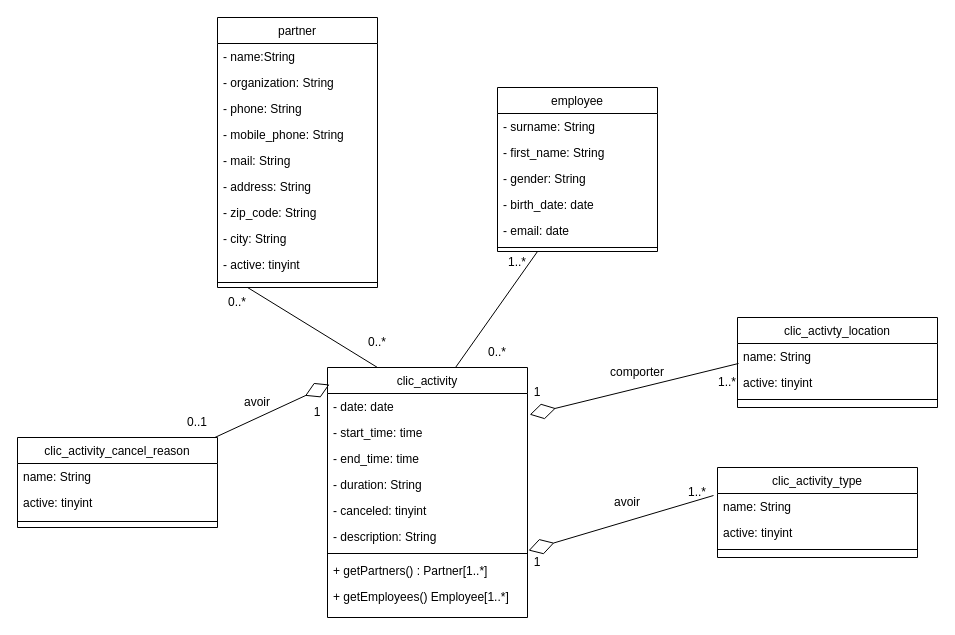
The draw.io diagram DiagrammeClasse ActivitéPro.drawio in Paulilinaire/UML, before the edit. Source tidied: cells renumbered, new cells numbered last; positions are measured from the earlier drawing's top-left corner, leaving out a move shared by most shapes. Both pictures are drawn from the tidied source at 100%, with x=0, y=0 at pixel (17, 17).
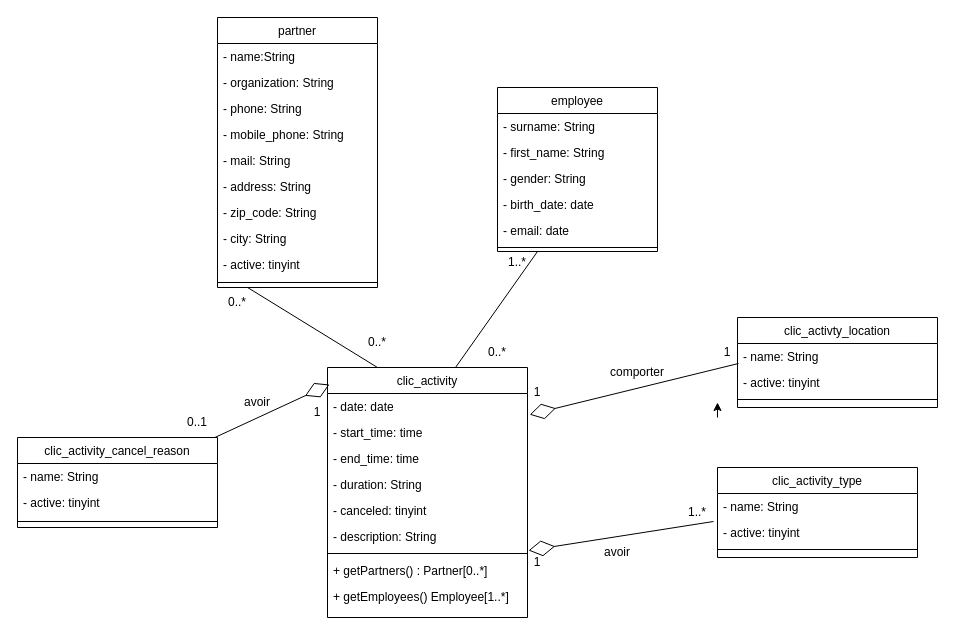
The same diagram, later.

Commit message:
Mettre à jour DiagrammeClasse ActivitéPro.drawio

Unchanged cells that the change refers to:
```xml
<mxCell id="2" value="clic_activity" style="swimlane;fontStyle=0;align=center;verticalAlign=top;horizontal=1;startSize=26;rounded=0;shadow=0;strokeWidth=1;" parent="1" vertex="1">
  <mxGeometry x="310" y="350" width="200" height="250" as="geometry" />
</mxCell>
<mxCell id="8" value="- description: String" style="text;align=left;verticalAlign=top;spacingLeft=4;spacingRight=4;overflow=hidden;points=[[0,0.5],[1,0.5]];portConstraint=eastwest;" parent="2" vertex="1">
  <mxGeometry y="156" width="200" height="26" as="geometry" />
</mxCell>
<mxCell id="12" value="clic_activity_type" style="swimlane;fontStyle=0;align=center;verticalAlign=top;horizontal=1;startSize=26;rounded=0;shadow=0;strokeWidth=1;" parent="1" vertex="1">
  <mxGeometry x="700" y="450" width="200" height="90" as="geometry" />
</mxCell>
<mxCell id="16" value="clic_activity_cancel_reason" style="swimlane;fontStyle=0;align=center;verticalAlign=top;horizontal=1;startSize=26;rounded=0;shadow=0;strokeWidth=1;" parent="1" vertex="1">
  <mxGeometry y="420" width="200" height="90" as="geometry" />
</mxCell>
<mxCell id="38" value="clic_activty_location" style="swimlane;fontStyle=0;align=center;verticalAlign=top;horizontal=1;startSize=26;rounded=0;shadow=0;strokeWidth=1;" parent="1" vertex="1">
  <mxGeometry x="720" y="300" width="200" height="90" as="geometry" />
</mxCell>
```

Change to the diagram source:
```diff
@@
-    <mxCell id="10" value="+ getPartners() : Partner[1..*]" style="text;align=left;verticalAlign=top;spacingLeft=4;spacingRight=4;overflow=hidden;" parent="2" vertex="1">
+    <mxCell id="10" value="+ getPartners() : Partner[0..*]" style="text;align=left;verticalAlign=top;spacingLeft=4;spacingRight=4;overflow=hidden;" parent="2" vertex="1">
       <mxGeometry y="190" width="200" height="26" as="geometry" />
     </mxCell>
@@
-    <mxCell id="13" value="name: String" style="text;align=left;verticalAlign=top;spacingLeft=4;spacingRight=4;overflow=hidden;points=[[0,0.5],[1,0.5]];portConstraint=eastwest;rounded=0;shadow=0;html=0;" parent="12" vertex="1">
-      <mxGeometry y="26" width="200" height="26" as="geometry" />
-    </mxCell>
-    <mxCell id="14" value="active: tinyint" style="text;align=left;verticalAlign=top;spacingLeft=4;spacingRight=4;overflow=hidden;rounded=0;shadow=0;html=0;" parent="12" vertex="1">
-      <mxGeometry y="52" width="200" height="26" as="geometry" />
-    </mxCell>
+    <mxCell id="60" value="- name: String" style="text;align=left;verticalAlign=top;spacingLeft=4;spacingRight=4;overflow=hidden;rounded=0;shadow=0;html=0;" parent="12" vertex="1">
+      <mxGeometry y="26" width="200" height="26" as="geometry" />
+    </mxCell>
+    <mxCell id="40" value="- active: tinyint" style="text;align=left;verticalAlign=top;spacingLeft=4;spacingRight=4;overflow=hidden;rounded=0;shadow=0;html=0;" parent="12" vertex="1">
+      <mxGeometry y="52" width="200" height="26" as="geometry" />
+    </mxCell>
@@
-    <mxCell id="17" value="name: String" style="text;align=left;verticalAlign=top;spacingLeft=4;spacingRight=4;overflow=hidden;rounded=0;shadow=0;html=0;" parent="16" vertex="1">
+    <mxCell id="17" value="- name: String" style="text;align=left;verticalAlign=top;spacingLeft=4;spacingRight=4;overflow=hidden;rounded=0;shadow=0;html=0;" parent="16" vertex="1">
       <mxGeometry y="26" width="200" height="26" as="geometry" />
     </mxCell>
-    <mxCell id="18" value="active: tinyint" style="text;align=left;verticalAlign=top;spacingLeft=4;spacingRight=4;overflow=hidden;rounded=0;shadow=0;html=0;" parent="16" vertex="1">
+    <mxCell id="18" value="- active: tinyint" style="text;align=left;verticalAlign=top;spacingLeft=4;spacingRight=4;overflow=hidden;rounded=0;shadow=0;html=0;" parent="16" vertex="1">
       <mxGeometry y="52" width="200" height="26" as="geometry" />
     </mxCell>
@@
-    <mxCell id="39" value="name: String" style="text;align=left;verticalAlign=top;spacingLeft=4;spacingRight=4;overflow=hidden;points=[[0,0.5],[1,0.5]];portConstraint=eastwest;rounded=0;shadow=0;html=0;" parent="38" vertex="1">
+    <mxCell id="39" value="- name: String" style="text;align=left;verticalAlign=top;spacingLeft=4;spacingRight=4;overflow=hidden;points=[[0,0.5],[1,0.5]];portConstraint=eastwest;rounded=0;shadow=0;html=0;" parent="38" vertex="1">
       <mxGeometry y="26" width="200" height="26" as="geometry" />
     </mxCell>
-    <mxCell id="40" value="active: tinyint" style="text;align=left;verticalAlign=top;spacingLeft=4;spacingRight=4;overflow=hidden;rounded=0;shadow=0;html=0;" parent="38" vertex="1">
-      <mxGeometry y="52" width="200" height="26" as="geometry" />
-    </mxCell>
+    <mxCell id="61" value="- active: tinyint" style="text;align=left;verticalAlign=top;spacingLeft=4;spacingRight=4;overflow=hidden;rounded=0;shadow=0;html=0;" parent="38" vertex="1">
+      <mxGeometry y="52" width="200" height="26" as="geometry" />
+    </mxCell>
@@
-    <mxCell id="43" style="endArrow=diamondThin;endFill=0;endSize=24;html=1;rounded=0;exitX=-0.02;exitY=0.077;exitDx=0;exitDy=0;entryX=1.005;entryY=1.038;entryDx=0;entryDy=0;entryPerimeter=0;exitPerimeter=0;" parent="1" edge="1" source="13" target="8">
-      <mxGeometry relative="1" as="geometry" />
+    <mxCell id="43" style="endArrow=diamondThin;endFill=0;endSize=24;html=1;rounded=0;exitX=-0.02;exitY=0.077;exitDx=0;exitDy=0;entryX=1.005;entryY=1.038;entryDx=0;entryDy=0;entryPerimeter=0;exitPerimeter=0;" parent="1" edge="1" target="8">
+      <mxGeometry relative="1" as="geometry">
+        <mxPoint x="696" y="504" as="sourcePoint" />
+      </mxGeometry>
     </mxCell>
@@
     <mxCell id="50" value="1..*" style="text;html=1;align=center;verticalAlign=middle;whiteSpace=wrap;rounded=0;" parent="1" vertex="1">
-      <mxGeometry x="650" y="460" width="60" height="30" as="geometry" />
+      <mxGeometry x="650" y="480" width="60" height="30" as="geometry" />
     </mxCell>
@@
-    <mxCell id="52" value="1..*" style="text;html=1;align=center;verticalAlign=middle;whiteSpace=wrap;rounded=0;" parent="1" vertex="1">
-      <mxGeometry x="680" y="350" width="60" height="30" as="geometry" />
-    </mxCell>
@@
     <mxCell id="58" value="avoir" style="text;html=1;align=center;verticalAlign=middle;whiteSpace=wrap;rounded=0;" parent="1" vertex="1">
-      <mxGeometry x="580" y="480" width="60" height="10" as="geometry" />
+      <mxGeometry x="570" y="530" width="60" height="10" as="geometry" />
     </mxCell>
@@
+    <mxCell id="62" style="edgeStyle=orthogonalEdgeStyle;rounded=0;orthogonalLoop=1;jettySize=auto;html=1;exitX=1;exitY=1;exitDx=0;exitDy=0;entryX=1;entryY=0.5;entryDx=0;entryDy=0;" parent="1" edge="1">
+      <mxGeometry relative="1" as="geometry">
+        <mxPoint x="700" y="400" as="sourcePoint" />
+        <mxPoint x="700" y="385" as="targetPoint" />
+      </mxGeometry>
+    </mxCell>
+    <mxCell id="63" value="1" style="text;html=1;align=center;verticalAlign=middle;whiteSpace=wrap;rounded=0;" parent="1" vertex="1">
+      <mxGeometry x="680" y="320" width="60" height="30" as="geometry" />
+    </mxCell>
```
